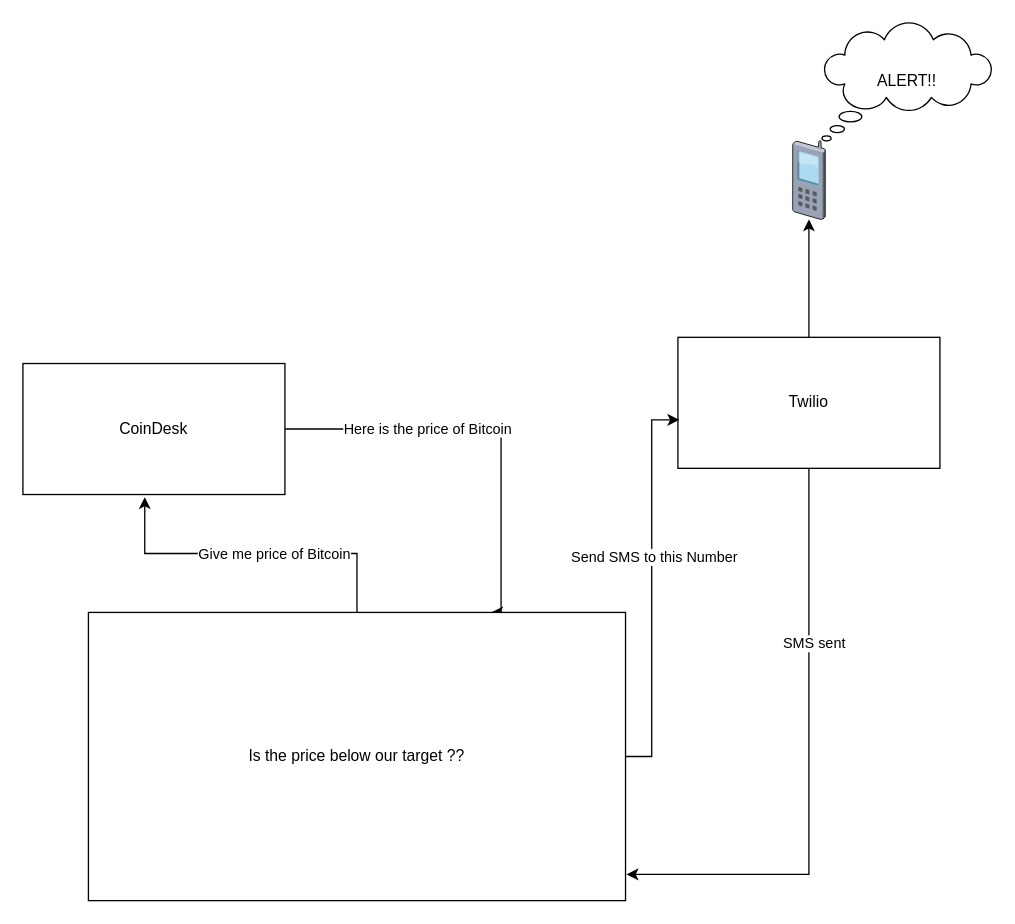
aadarshadhakalg/aadarshadhakalg keeps this draw.io diagram as Crypto Alert.drawio. Above is the earlier version. Source tidied: cells renumbered, new cells numbered last; positions are measured from the earlier drawing's top-left corner, leaving out a move shared by most shapes. Both pictures are drawn from the tidied source at 131%, with x=0, y=0 at pixel (22, 22). Pictures stored in the file or linked from it are replaced by grey dashed boxes.
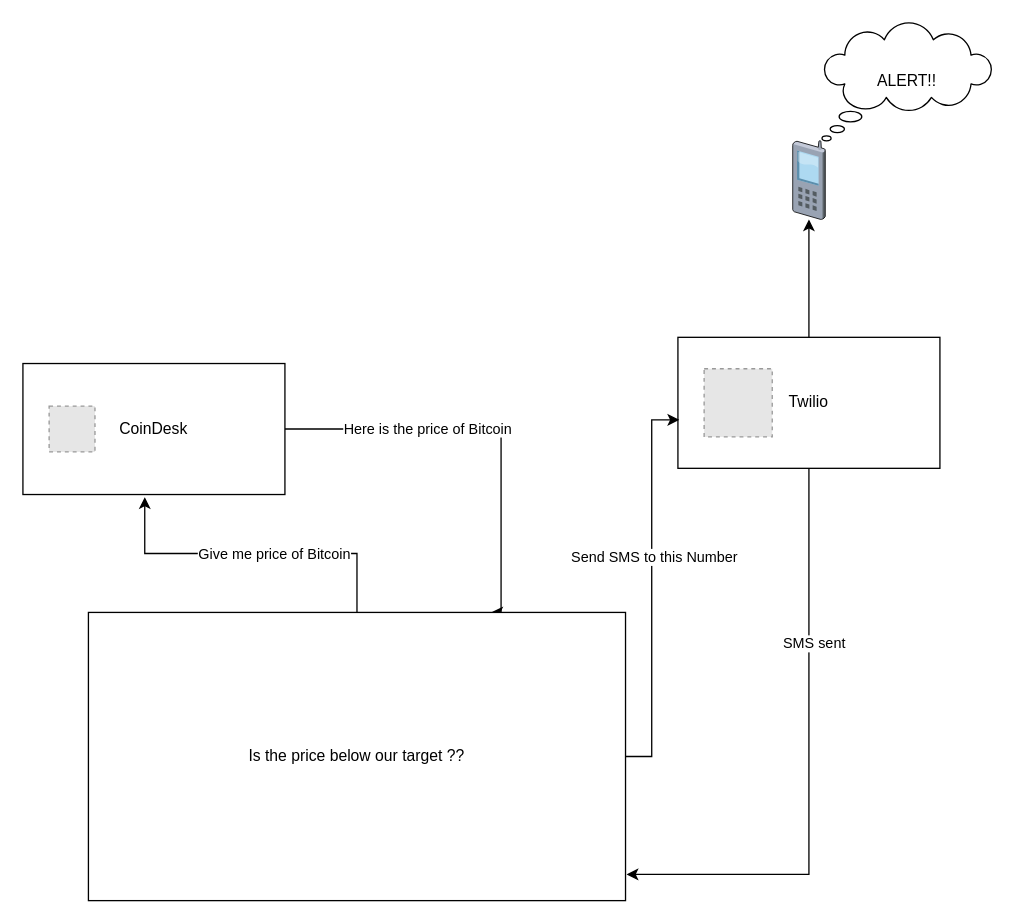
After the change.

What changed in the source:
```diff
@@
+    <mxCell id="16" style="fillColor=#E6E6E6;strokeColor=#999999;dashed=1;verticalLabelPosition=bottom;labelBackgroundColor=default;verticalAlign=top;" parent="1" vertex="1">
+      <mxGeometry x="520" y="264" width="52" height="52" as="geometry" />
+    </mxCell>
+    <mxCell id="17" style="fillColor=#E6E6E6;strokeColor=#999999;dashed=1;verticalLabelPosition=bottom;labelBackgroundColor=default;verticalAlign=top;" parent="1" vertex="1">
+      <mxGeometry x="20" y="292.5" width="35" height="35" as="geometry" />
+    </mxCell>
```
